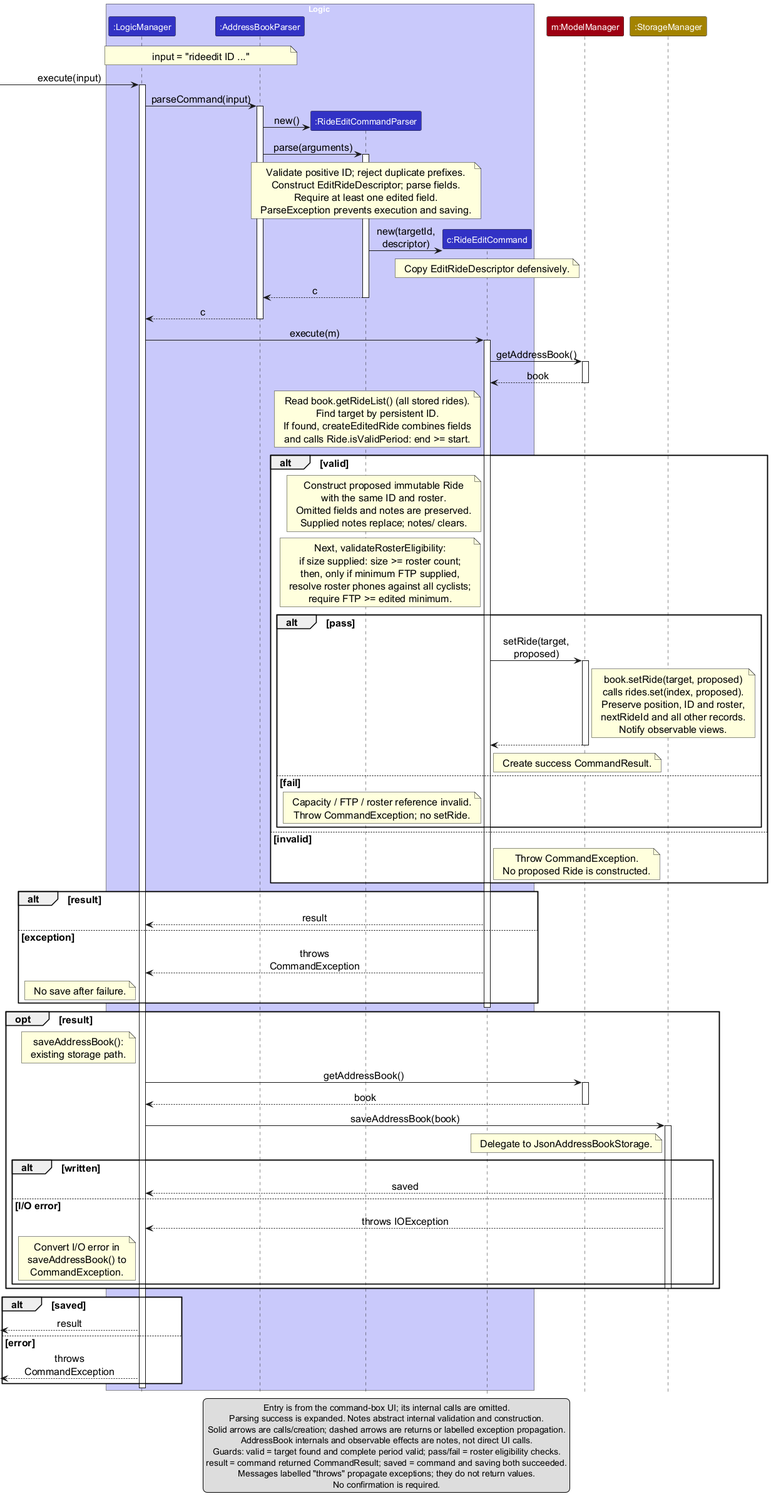
The PlantUML diagram docs/images/RideEditSequenceDiagram.png in AY2627S1-CS2103T-W11-1/tp, before a commit. Source of this version:
```plantuml
@startuml
!include style.puml
skinparam ArrowFontStyle plain
skinparam ParticipantPadding 0
skinparam NoteFontSize 16
skinparam ArrowFontSize 16
skinparam SequenceGroupFontSize 16
skinparam SequenceGroupHeaderFontSize 16
skinparam maxMessageSize 140
!pragma sequenceMessageSpan true

box Logic LOGIC_COLOR_T1
participant ":LogicManager" as Logic LOGIC_COLOR
participant ":AddressBookParser" as Parser LOGIC_COLOR
participant ":RideEditCommandParser" as EditParser LOGIC_COLOR
participant "c:RideEditCommand" as Command LOGIC_COLOR
end box
participant "m:ModelManager" as Model MODEL_COLOR
participant ":StorageManager" as Storage STORAGE_COLOR

note over Logic, Parser : input = "rideedit ID ..."
[-> Logic : execute(input)
activate Logic
Logic -> Parser : parseCommand(input)
activate Parser
create EditParser
Parser -> EditParser : new()
Parser -> EditParser : parse(arguments)
activate EditParser
note over EditParser
  Validate positive ID; reject duplicate prefixes.
  Construct EditRideDescriptor; parse fields.
  Require at least one edited field.
  ParseException prevents execution and saving.
end note
create Command
EditParser -> Command : new(targetId, descriptor)
note over Command : Copy EditRideDescriptor defensively.
EditParser --> Parser : c
deactivate EditParser
Parser --> Logic : c
deactivate Parser

Logic -> Command : execute(m)
activate Command
Command -> Model : getAddressBook()
activate Model
Model --> Command : book
deactivate Model
note left of Command
  Read book.getRideList() (all stored rides).
  Find target by persistent ID.
  If found, createEditedRide combines fields
  and calls Ride.isValidPeriod: end >= start.
end note

alt valid
    note left of Command
      Construct proposed immutable Ride
      with the same ID and roster.
      Omitted fields and notes are preserved.
      Supplied notes replace; notes/ clears.
    end note
    note left of Command
      Next, validateRosterEligibility:
      if size supplied: size >= roster count;
      then, only if minimum FTP supplied,
      resolve roster phones against all cyclists;
      require FTP >= edited minimum.
    end note
    alt pass
        Command -> Model : setRide(target, proposed)
        activate Model
        note right of Model
          book.setRide(target, proposed)
          calls rides.set(index, proposed).
          Preserve position, ID and roster,
          nextRideId and all other records.
          Notify observable views.
        end note
        Model --> Command
        deactivate Model
        note right of Command : Create success CommandResult.
    else fail
        note left of Command
          Capacity / FTP / roster reference invalid.
          Throw CommandException; no setRide.
        end note
    end
else invalid
    note right of Command : Throw CommandException.\nNo proposed Ride is constructed.
end

alt result
    Command --> Logic : result
else exception
    Command --> Logic : throws CommandException
    note left of Logic : No save after failure.
end
deactivate Command

opt result
    note left of Logic : saveAddressBook():\nexisting storage path.
    Logic -> Model : getAddressBook()
    activate Model
    Model --> Logic : book
    deactivate Model
    Logic -> Storage : saveAddressBook(book)
    activate Storage
    note left of Storage : Delegate to JsonAddressBookStorage.
    alt written
        Storage --> Logic : saved
    else I/O error
        Storage --> Logic : throws IOException
        note left of Logic : Convert I/O error in\nsaveAddressBook() to\nCommandException.
    end
    deactivate Storage
end

alt saved
    [<-- Logic : result
else error
    [<-- Logic : throws CommandException
end
deactivate Logic

legend bottom
  Entry is from the command-box UI; its internal calls are omitted.
  Parsing success is expanded. Notes abstract internal validation and construction.
  Solid arrows are calls/creation; dashed arrows are returns or labelled exception propagation.
  AddressBook internals and observable effects are notes, not direct UI calls.
  Guards: valid = target found and complete period valid; pass/fail = roster eligibility checks.
  result = command returned CommandResult; saved = command and saving both succeeded.
  Messages labelled "throws" propagate exceptions; they do not return values.
  No confirmation is required.
endlegend
@enduml
```
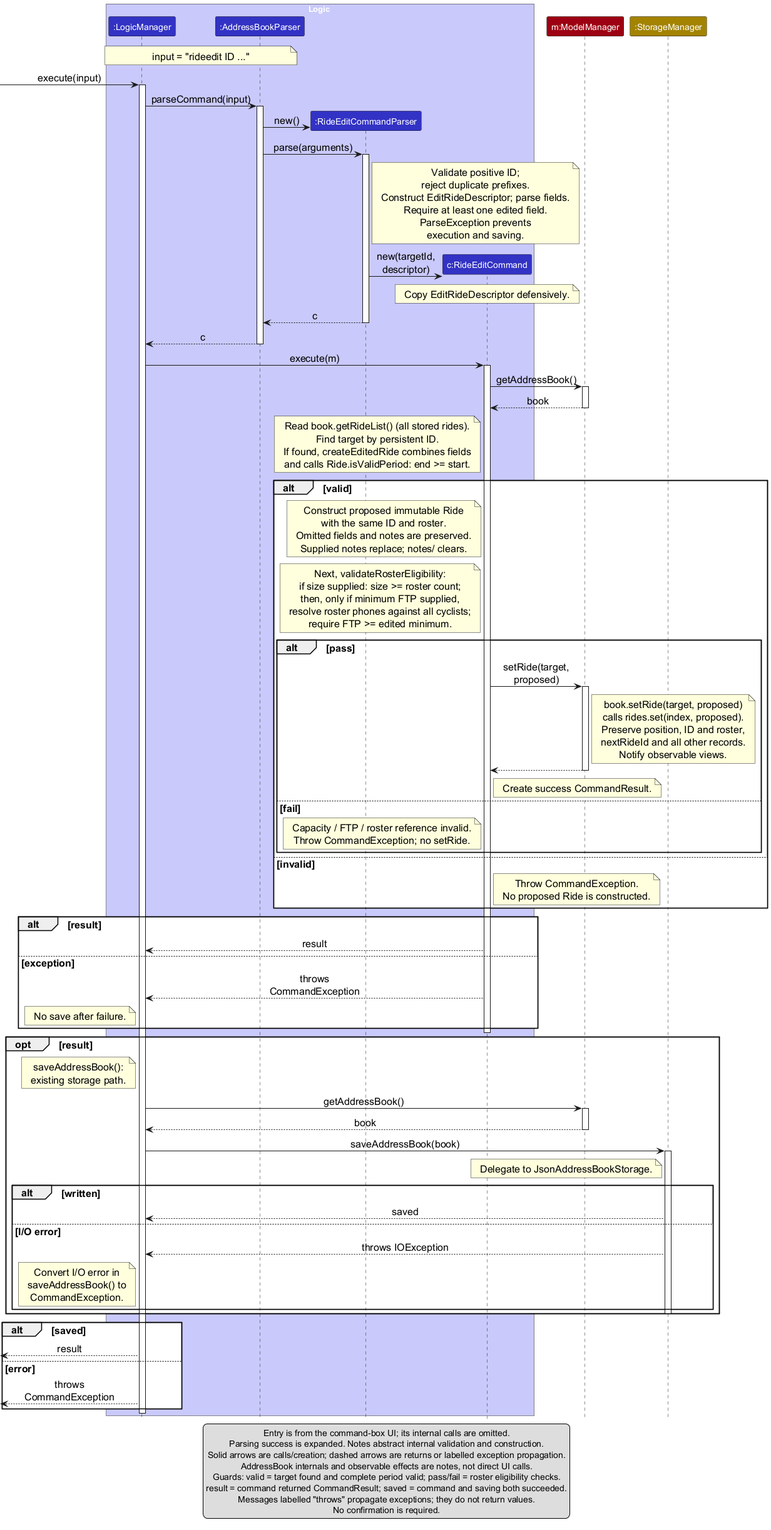
Later version of the same file.

Commit message:
Refine Ride Edit diagram and Help terminology

Change to the diagram source:
```diff
@@ -27,11 +27,13 @@
 Parser -> EditParser : new()
 Parser -> EditParser : parse(arguments)
 activate EditParser
-note over EditParser
-  Validate positive ID; reject duplicate prefixes.
+note right of EditParser
+  Validate positive ID;
+  reject duplicate prefixes.
   Construct EditRideDescriptor; parse fields.
   Require at least one edited field.
-  ParseException prevents execution and saving.
+  ParseException prevents
+  execution and saving.
 end note
 create Command
 EditParser -> Command : new(targetId, descriptor)
```
